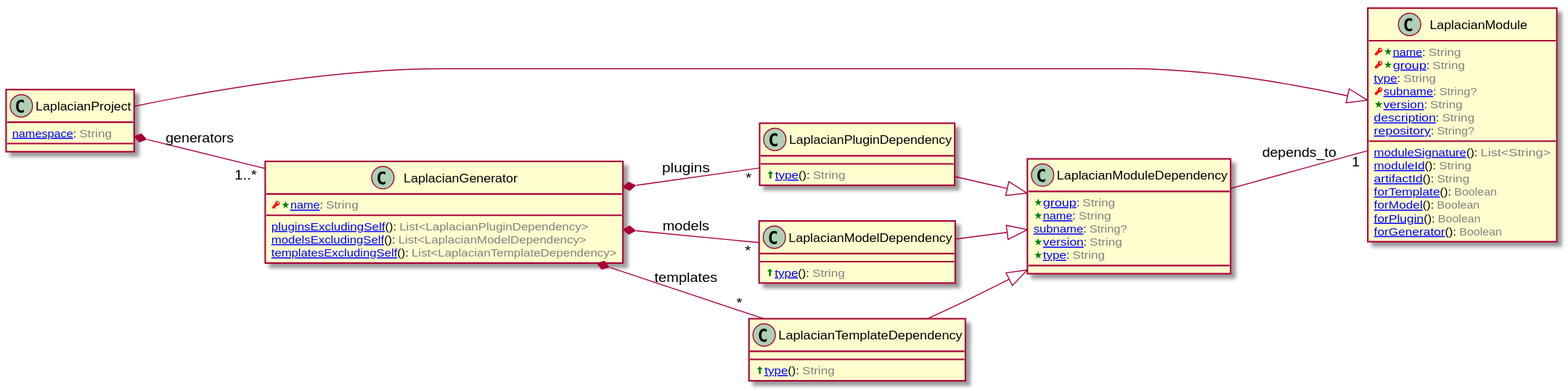
The PlantUML diagram doc/image/model-diagram.svg in laplacian-core/project.domain-model, before a commit.
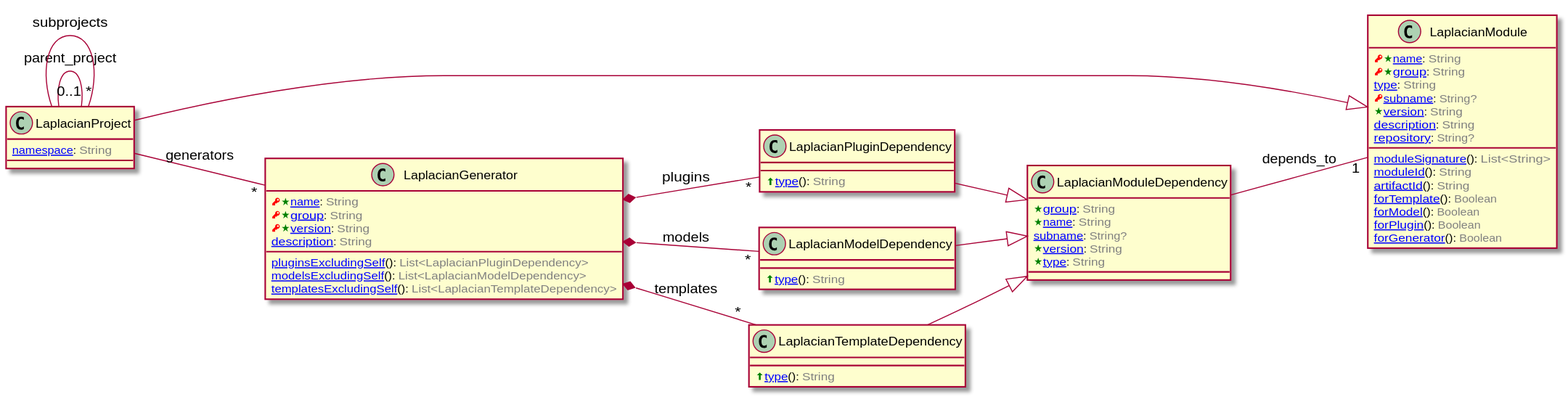
The same file after the commit.

Commit message:
add the subprojects relationship

Diff of the diagram source:
```diff
@@ -24,6 +24,9 @@
 
 class LaplacianGenerator [[https://github.com/nabla-squared/laplacian.model.project/blob/master/doc/entities/LaplacianGenerator.md]] {
   <color:RED><&key></color><color:Green><&star></color>[[https://github.com/nabla-squared/laplacian.model.project/blob/master/doc/entities/LaplacianGenerator.md#name-string name]]: <color:GRAY>String</color>
+  <color:RED><&key></color><color:Green><&star></color>[[https://github.com/nabla-squared/laplacian.model.project/blob/master/doc/entities/LaplacianGenerator.md#group-string group]]: <color:GRAY>String</color>
+  <color:RED><&key></color><color:Green><&star></color>[[https://github.com/nabla-squared/laplacian.model.project/blob/master/doc/entities/LaplacianGenerator.md#version-string version]]: <color:GRAY>String</color>
+  [[https://github.com/nabla-squared/laplacian.model.project/blob/master/doc/entities/LaplacianGenerator.md#description-string description]]: <color:GRAY>String</color>
   [[https://github.com/nabla-squared/laplacian.model.project/blob/master/doc/entities/LaplacianGenerator.md#plugins_excluding_self-listLaplacianPluginDependency pluginsExcludingSelf]](): <color:GRAY>List<LaplacianPluginDependency></color>
   [[https://github.com/nabla-squared/laplacian.model.project/blob/master/doc/entities/LaplacianGenerator.md#models_excluding_self-listLaplacianModelDependency modelsExcludingSelf]](): <color:GRAY>List<LaplacianModelDependency></color>
   [[https://github.com/nabla-squared/laplacian.model.project/blob/master/doc/entities/LaplacianGenerator.md#templates_excluding_self-listLaplacianTemplateDependency templatesExcludingSelf]](): <color:GRAY>List<LaplacianTemplateDependency></color>
@@ -65,7 +68,21 @@
 
 
 
-LaplacianProject *-- "1..*" LaplacianGenerator : generators
+LaplacianProject -- "0..1" LaplacianProject : parent_project
+
+
+
+
+
+
+LaplacianProject -- "*" LaplacianProject : subprojects
+
+
+
+
+
+
+LaplacianProject -- "*" LaplacianGenerator : generators
 
 
 
```
